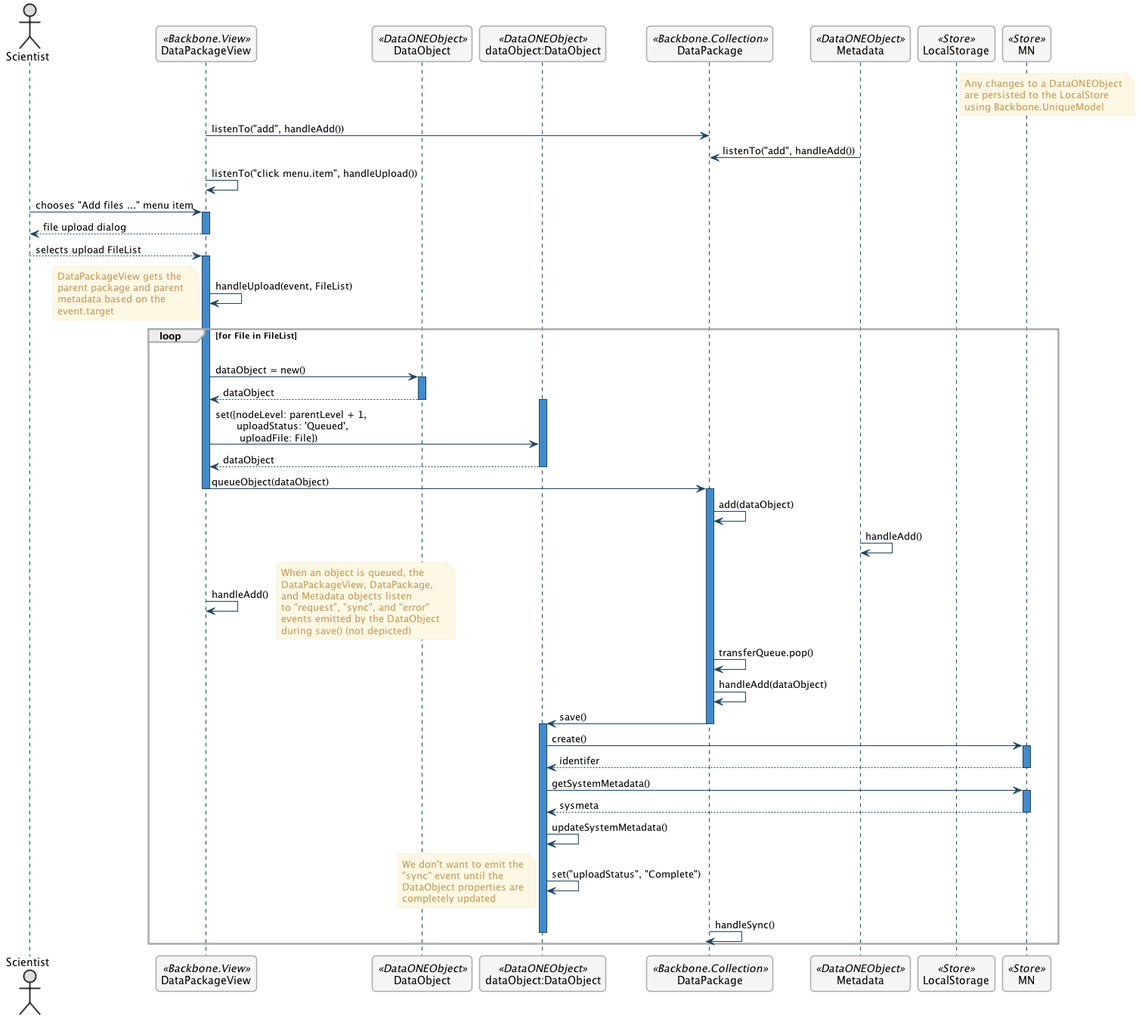
The PlantUML diagram metacatui/docs/design/editor/use-cases/images/upload-data-sequence-diagram.png in NCEAS/metacatui, before a commit.
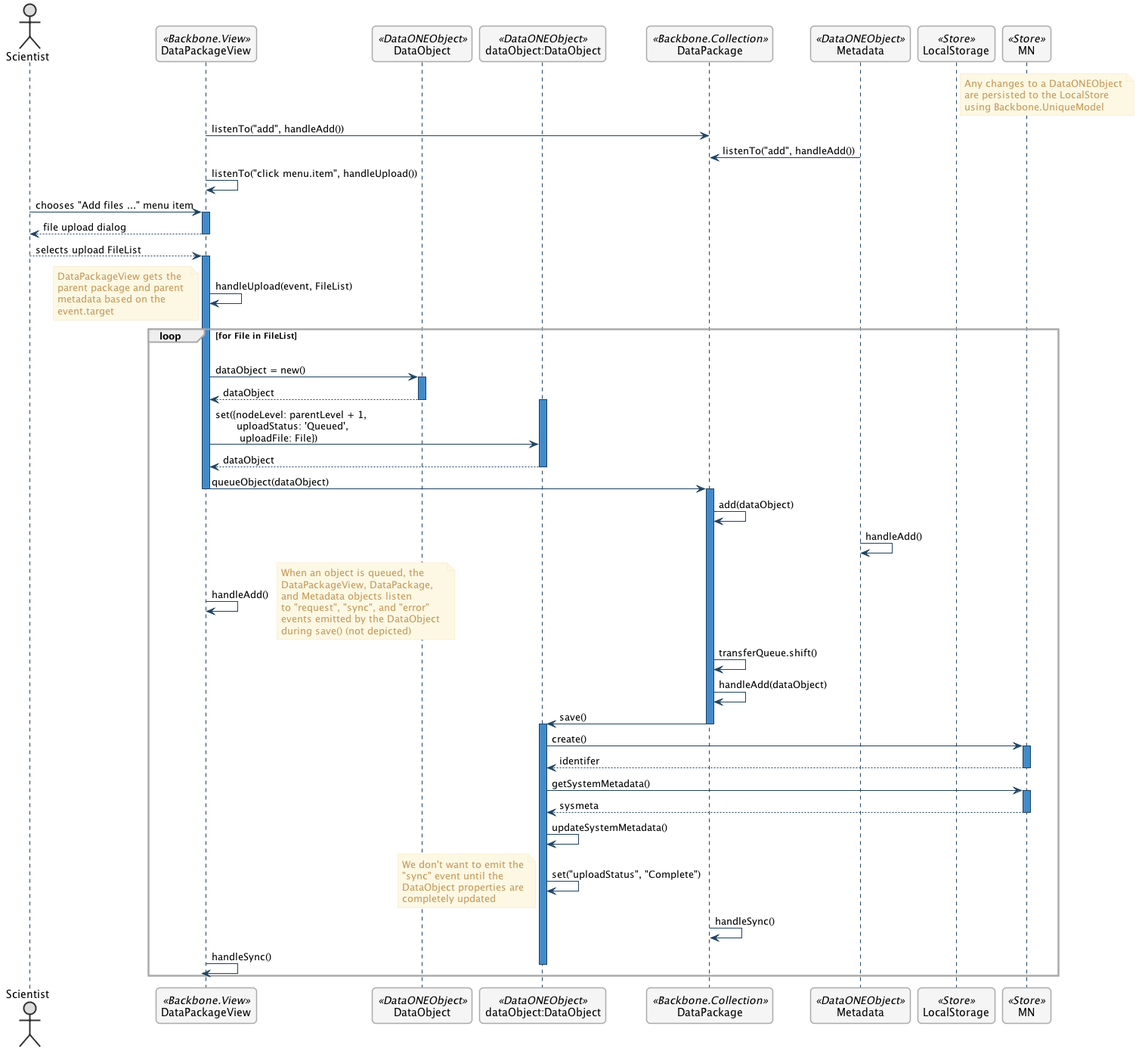
The same file after the commit.

Commit message:
Start working on the 'Archive a file' use case, adding in the description and mockup.  Some minor changes to the 'Upload Data' use case.

Change to the diagram source:
```diff
@@ -99,7 +99,7 @@
         end note
 
 
-        DataPackage -> DataPackage : transferQueue.pop()
+        DataPackage -> DataPackage : transferQueue.shift()
         DataPackage -> DataPackage : handleAdd(dataObject)
         DataPackage -> dataObject : save()
       deactivate DataPackage
@@ -124,6 +124,7 @@
           completely updated
         end note
       DataPackage -> DataPackage : handleSync()
+      PackageView -> PackageView : handleSync()
       deactivate dataObject
 
     end
```
